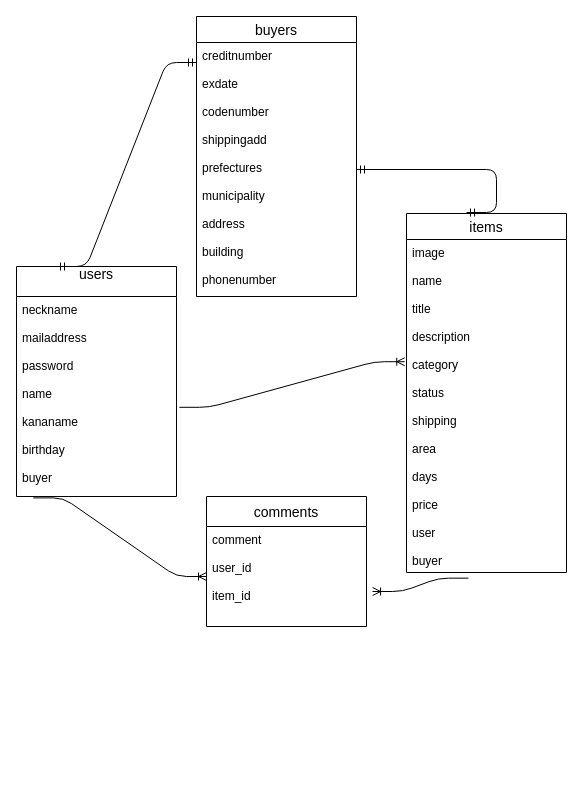
Above: page "ページ1のコピー" (2 of 3) of furima.dio in onuzsan/furima-35211 (draw.io), before the change. Source tidied: cells renumbered, new cells numbered last; positions are measured from the earlier drawing's top-left corner, leaving out a move shared by most shapes. Both pictures are drawn from the tidied source at 100%, with x=0, y=0 at pixel (16, 16).
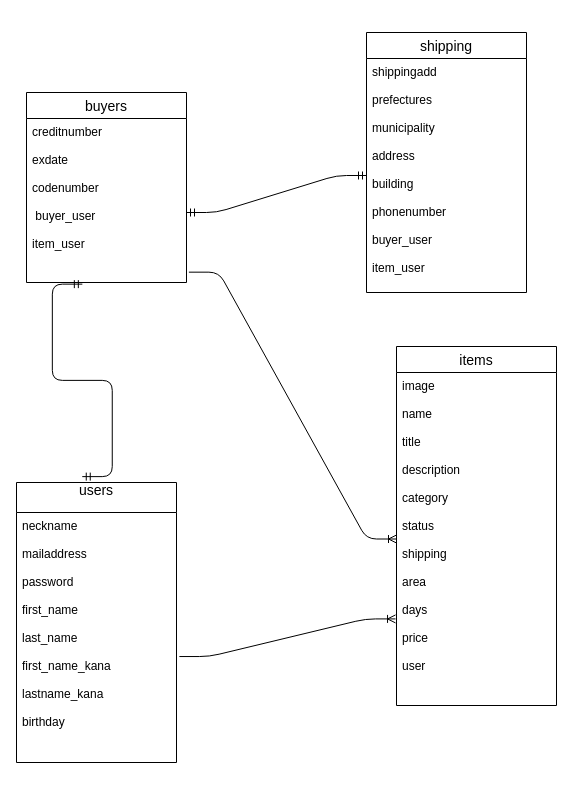
After the change.

Commit message (it also covers changes not shown here):
ER図、README作成修正

The edit, as a diff of the source:
```diff
@@
 <mxGraphModel>
   <root>
     <mxCell id="0" />
     <mxCell id="1" parent="0" />
     <mxCell id="2" value="users&#10;" style="swimlane;fontStyle=0;horizontal=1;startSize=30;align=center;fontSize=14;" parent="1" vertex="1">
-      <mxGeometry y="250" width="160" height="230" as="geometry" />
+      <mxGeometry y="466" width="160" height="280" as="geometry" />
     </mxCell>
-    <mxCell id="3" value="neckname     &#10;&#10;mailaddress   &#10;&#10;password      &#10;&#10;name             &#10;&#10;kananame      &#10;&#10;birthday         &#10;&#10;buyer" style="text;strokeColor=none;fillColor=none;spacingLeft=4;spacingRight=4;overflow=hidden;points=[[0,0.5],[1,0.5]];portConstraint=eastwest;fontSize=12;" parent="2" vertex="1">
-      <mxGeometry y="30" width="160" height="200" as="geometry" />
-    </mxCell>
     <mxCell id="4" value="items" style="swimlane;fontStyle=0;horizontal=1;startSize=26;align=center;fontSize=14;" parent="1" vertex="1">
-      <mxGeometry x="390" y="197" width="160" height="359" as="geometry" />
+      <mxGeometry x="380" y="330" width="160" height="359" as="geometry" />
     </mxCell>
-    <mxCell id="5" value="image&#10;&#10;name          &#10;     &#10;title                  &#10;&#10;description      &#10;&#10;category         &#10;&#10;status              &#10;&#10;shipping          &#10;&#10;area                &#10;&#10;days               &#10;&#10;price              &#10;&#10;user&#10;&#10;buyer&#10;" style="text;strokeColor=none;fillColor=none;spacingLeft=4;spacingRight=4;overflow=hidden;points=[[0,0.5],[1,0.5]];portConstraint=eastwest;fontSize=12;" parent="4" vertex="1">
-      <mxGeometry y="26" width="160" height="333" as="geometry" />
-    </mxCell>
-    <mxCell id="6" style="edgeStyle=entityRelationEdgeStyle;fontSize=12;html=1;endArrow=ERoneToMany;entryX=-0.011;entryY=0.367;entryDx=0;entryDy=0;entryPerimeter=0;exitX=1.018;exitY=0.554;exitDx=0;exitDy=0;exitPerimeter=0;" parent="1" edge="1" source="3" target="5">
+    <mxCell id="6" style="edgeStyle=entityRelationEdgeStyle;fontSize=12;html=1;endArrow=ERoneToMany;exitX=1.018;exitY=0.554;exitDx=0;exitDy=0;exitPerimeter=0;entryX=-0.006;entryY=0.74;entryDx=0;entryDy=0;entryPerimeter=0;" parent="1" edge="1" source="3" target="5">
       <mxGeometry relative="1" as="geometry" />
     </mxCell>
-    <mxCell id="7" value="comments" style="swimlane;fontStyle=0;horizontal=1;startSize=30;align=center;fontSize=14;" parent="1" vertex="1">
-      <mxGeometry x="190" y="480" width="160" height="130" as="geometry" />
-    </mxCell>
-    <mxCell id="8" value="comment&#10;&#10;user_id&#10;&#10;item_id" style="text;strokeColor=none;fillColor=none;spacingLeft=4;spacingRight=4;overflow=hidden;points=[[0,0.5],[1,0.5]];portConstraint=eastwest;fontSize=12;" parent="7" vertex="1">
-      <mxGeometry y="30" width="160" height="100" as="geometry" />
-    </mxCell>
-    <mxCell id="9" style="edgeStyle=entityRelationEdgeStyle;fontSize=12;html=1;endArrow=ERoneToMany;exitX=0.105;exitY=1.007;exitDx=0;exitDy=0;exitPerimeter=0;entryX=0;entryY=0.5;entryDx=0;entryDy=0;" parent="1" edge="1" source="3" target="8">
-      <mxGeometry relative="1" as="geometry" />
-    </mxCell>
-    <mxCell id="10" style="edgeStyle=entityRelationEdgeStyle;fontSize=12;html=1;endArrow=ERoneToMany;exitX=0.387;exitY=1.017;exitDx=0;exitDy=0;exitPerimeter=0;entryX=1.038;entryY=0.65;entryDx=0;entryDy=0;entryPerimeter=0;" parent="1" edge="1" source="5" target="8">
-      <mxGeometry relative="1" as="geometry" />
-    </mxCell>
     <mxCell id="11" value="buyers" style="swimlane;fontStyle=0;horizontal=1;startSize=26;align=center;fontSize=14;" parent="1" vertex="1">
-      <mxGeometry x="180" width="160" height="280" as="geometry" />
+      <mxGeometry x="10" y="76" width="160" height="190" as="geometry" />
     </mxCell>
-    <mxCell id="12" value="creditnumber&#10;&#10;exdate           &#10;&#10;codenumber  &#10;&#10;shippingadd  &#10;&#10;prefectures    &#10;&#10;municipality    &#10;&#10;address          &#10;&#10;building            &#10;&#10;phonenumber " style="text;strokeColor=none;fillColor=none;spacingLeft=4;spacingRight=4;overflow=hidden;points=[[0,0.5],[1,0.5]];portConstraint=eastwest;fontSize=12;" parent="11" vertex="1">
-      <mxGeometry y="26" width="160" height="254" as="geometry" />
+    <mxCell id="12" value="creditnumber&#10;&#10;exdate           &#10;&#10;codenumber  &#10;&#10; buyer_user&#10;&#10;item_user" style="text;strokeColor=none;fillColor=none;spacingLeft=4;spacingRight=4;overflow=hidden;points=[[0,0.5],[1,0.5]];portConstraint=eastwest;fontSize=12;" parent="11" vertex="1">
+      <mxGeometry y="26" width="160" height="164" as="geometry" />
     </mxCell>
-    <mxCell id="13" style="edgeStyle=entityRelationEdgeStyle;fontSize=12;html=1;endArrow=ERmandOne;startArrow=ERmandOne;exitX=0.25;exitY=0;exitDx=0;exitDy=0;" parent="1" edge="1" source="2">
-      <mxGeometry relative="1" as="geometry">
-        <mxPoint x="180" y="46" as="targetPoint" />
-      </mxGeometry>
+    <mxCell id="13" style="edgeStyle=entityRelationEdgeStyle;fontSize=12;html=1;endArrow=ERmandOne;startArrow=ERmandOne;exitX=0.411;exitY=-0.021;exitDx=0;exitDy=0;exitPerimeter=0;entryX=0.349;entryY=1.01;entryDx=0;entryDy=0;entryPerimeter=0;" parent="1" edge="1" source="2" target="12">
+      <mxGeometry relative="1" as="geometry" />
     </mxCell>
-    <mxCell id="14" style="edgeStyle=entityRelationEdgeStyle;fontSize=12;html=1;endArrow=ERmandOne;startArrow=ERmandOne;" parent="1" edge="1" target="12">
-      <mxGeometry relative="1" as="geometry">
-        <mxPoint x="450" y="196" as="sourcePoint" />
-      </mxGeometry>
-    </mxCell>
+    <mxCell id="5" value="image&#10;&#10;name          &#10;     &#10;title                  &#10;&#10;description      &#10;&#10;category         &#10;&#10;status              &#10;&#10;shipping          &#10;&#10;area                &#10;&#10;days               &#10;&#10;price              &#10;&#10;user&#10;&#10;" style="text;strokeColor=none;fillColor=none;spacingLeft=4;spacingRight=4;overflow=hidden;points=[[0,0.5],[1,0.5]];portConstraint=eastwest;fontSize=12;" parent="1" vertex="1">
+      <mxGeometry x="380" y="356" width="160" height="333" as="geometry" />
+    </mxCell>
+    <mxCell id="3" value="neckname     &#10;&#10;mailaddress   &#10;&#10;password      &#10;&#10;first_name             &#10;&#10;last_name   &#10;&#10;first_name_kana&#10;&#10;lastname_kana   &#10;&#10;birthday         &#10;&#10;" style="text;strokeColor=none;fillColor=none;spacingLeft=4;spacingRight=4;overflow=hidden;points=[[0,0.5],[1,0.5]];portConstraint=eastwest;fontSize=12;" parent="1" vertex="1">
+      <mxGeometry y="496" width="160" height="260" as="geometry" />
+    </mxCell>
+    <mxCell id="9" style="edgeStyle=entityRelationEdgeStyle;fontSize=12;html=1;endArrow=ERoneToMany;entryX=0;entryY=0.5;entryDx=0;entryDy=0;exitX=1.015;exitY=0.937;exitDx=0;exitDy=0;exitPerimeter=0;" parent="1" edge="1" source="12" target="5">
+      <mxGeometry relative="1" as="geometry" />
+    </mxCell>
+    <mxCell id="10" value="shipping" style="swimlane;fontStyle=0;horizontal=1;startSize=26;align=center;fontSize=14;" parent="1" vertex="1">
+      <mxGeometry x="350" y="16" width="160" height="260" as="geometry" />
+    </mxCell>
+    <mxCell id="15" value="shippingadd  &#10;&#10;prefectures    &#10;&#10;municipality    &#10;&#10;address          &#10;&#10;building            &#10;&#10;phonenumber&#10;&#10;buyer_user&#10;&#10;item_user" style="text;strokeColor=none;fillColor=none;spacingLeft=4;spacingRight=4;overflow=hidden;points=[[0,0.5],[1,0.5]];portConstraint=eastwest;fontSize=12;" parent="10" vertex="1">
+      <mxGeometry y="26" width="160" height="234" as="geometry" />
+    </mxCell>
+    <mxCell id="16" style="edgeStyle=entityRelationEdgeStyle;fontSize=12;html=1;endArrow=ERmandOne;startArrow=ERmandOne;entryX=0;entryY=0.5;entryDx=0;entryDy=0;" parent="1" edge="1" target="15">
+      <mxGeometry relative="1" as="geometry">
+        <mxPoint x="170" y="196" as="sourcePoint" />
+      </mxGeometry>
+    </mxCell>
   </root>
 </mxGraphModel>
```
